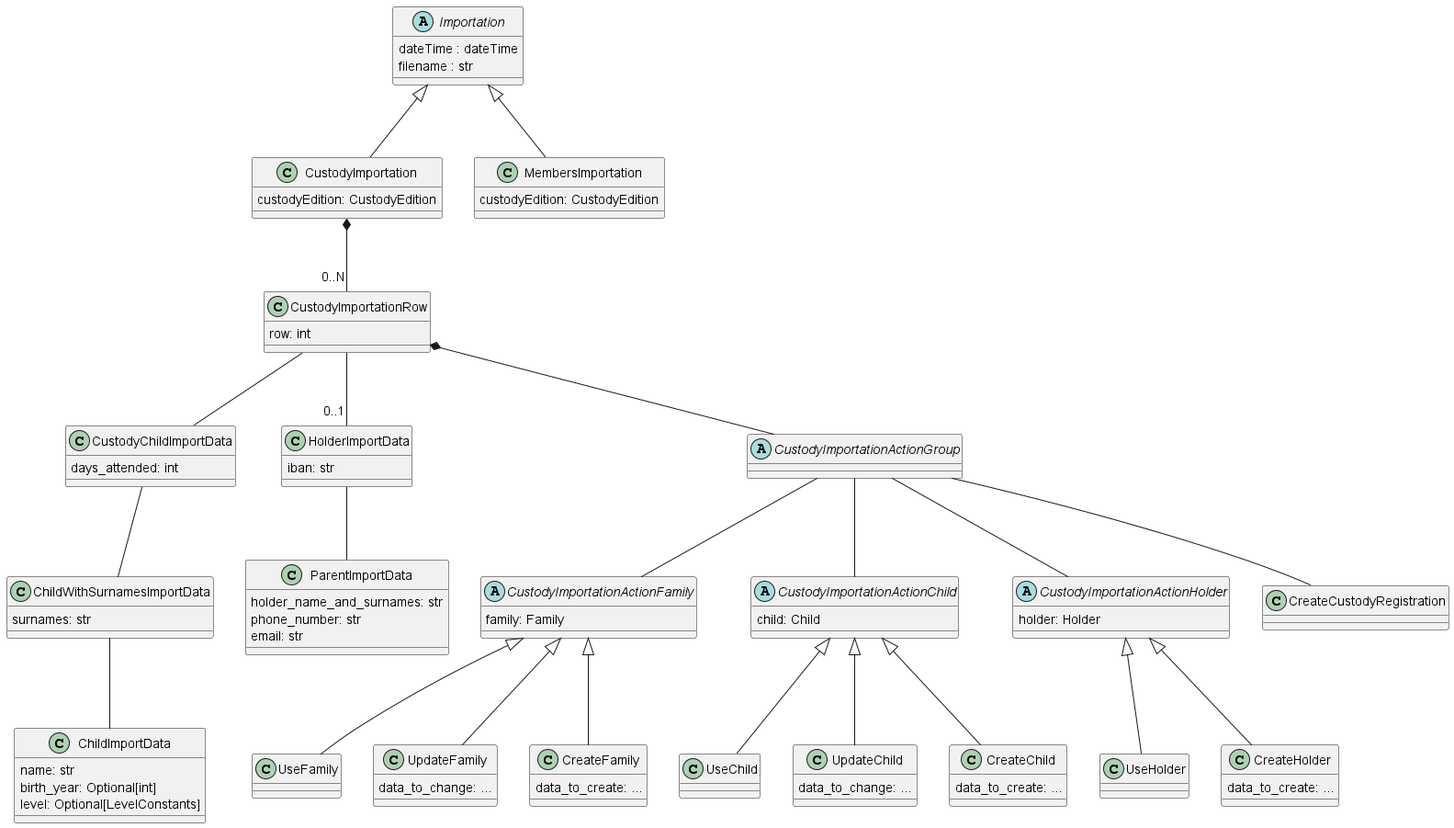
Before: doc/DomainModelDiagram/ImportationPackage/ImportationPackage.png, a diagram exported from PlantUML (IgnacioMaestro/ampa-manager). The source it was exported from:
```plantuml
@startuml
abstract class Importation {
    dateTime : dateTime
    filename : str
}
class CustodyImportation {
    custodyEdition: CustodyEdition
}
class MembersImportation {
    custodyEdition: CustodyEdition
}
class CustodyImportationRow {
    row: int
}
class CustodyChildImportData {
    days_attended: int
}
class HolderImportData {
    iban: str
}
class ChildWithSurnamesImportData {
    surnames: str
}
class ChildImportData {
    name: str
    birth_year: Optional[int]
    level: Optional[LevelConstants]
}
class ParentImportData {
    holder_name_and_surnames: str
    phone_number: str
    email: str
}
abstract class CustodyImportationActionGroup
abstract class CustodyImportationActionFamily {
    family: Family
}
abstract class CustodyImportationActionChild {
    child: Child
}
abstract class CustodyImportationActionHolder {
    holder: Holder
}
class UseFamily
class UpdateFamily {
    data_to_change: ...
}
class CreateFamily {
    data_to_create: ...
}
class UseChild
class UpdateChild {
    data_to_change: ...
}
class CreateChild {
    data_to_create: ...
}
class UseHolder
class CreateHolder {
    data_to_create: ...
}
class CreateCustodyRegistration

Importation <|-- CustodyImportation: ""
Importation <|-- MembersImportation: ""

CustodyImportation *-- "0..N" CustodyImportationRow: ""

CustodyImportationRow -- CustodyChildImportData: ""
CustodyImportationRow -- "0..1" HolderImportData: ""
CustodyImportationRow *-- CustodyImportationActionGroup: ""

CustodyChildImportData -- ChildWithSurnamesImportData: ""
ChildWithSurnamesImportData -- ChildImportData: ""

HolderImportData -- ParentImportData: ""

CustodyImportationActionGroup -- CustodyImportationActionFamily: ""
CustodyImportationActionGroup -- CreateCustodyRegistration: ""
CustodyImportationActionGroup -- CustodyImportationActionChild: ""
CustodyImportationActionGroup -- CustodyImportationActionHolder: ""
CustodyImportationActionFamily <|-- UseFamily: ""
CustodyImportationActionFamily <|-- CreateFamily: ""
CustodyImportationActionFamily <|-- UpdateFamily: ""
CustodyImportationActionChild <|-- UseChild: ""
CustodyImportationActionChild <|-- CreateChild: ""
CustodyImportationActionChild <|-- UpdateChild: ""
CustodyImportationActionHolder <|-- UseHolder: ""
CustodyImportationActionHolder <|-- CreateHolder: ""
@enduml
```
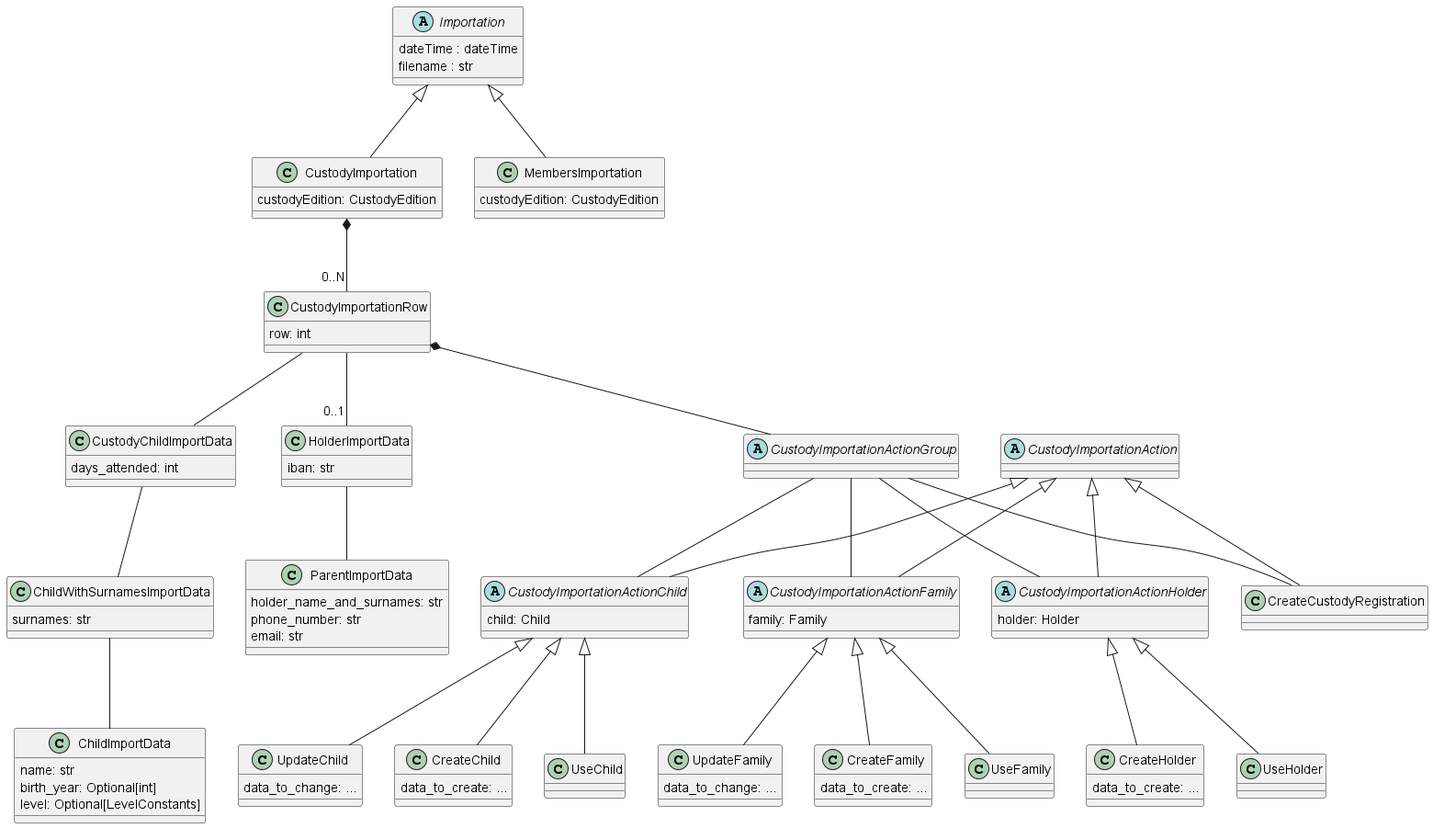
After the change.

Change to the diagram source:
```diff
@@ -32,6 +32,7 @@
     email: str
 }
 abstract class CustodyImportationActionGroup
+abstract class CustodyImportationAction
 abstract class CustodyImportationActionFamily {
     family: Family
 }
@@ -75,10 +76,14 @@
 
 HolderImportData -- ParentImportData: ""
 
+CustodyImportationActionGroup -- CreateCustodyRegistration: ""
 CustodyImportationActionGroup -- CustodyImportationActionFamily: ""
-CustodyImportationActionGroup -- CreateCustodyRegistration: ""
 CustodyImportationActionGroup -- CustodyImportationActionChild: ""
 CustodyImportationActionGroup -- CustodyImportationActionHolder: ""
+CustodyImportationAction <|-- CreateCustodyRegistration: ""
+CustodyImportationAction <|-- CustodyImportationActionFamily: ""
+CustodyImportationAction <|-- CustodyImportationActionChild: ""
+CustodyImportationAction <|-- CustodyImportationActionHolder: ""
 CustodyImportationActionFamily <|-- UseFamily: ""
 CustodyImportationActionFamily <|-- CreateFamily: ""
 CustodyImportationActionFamily <|-- UpdateFamily: ""
```
